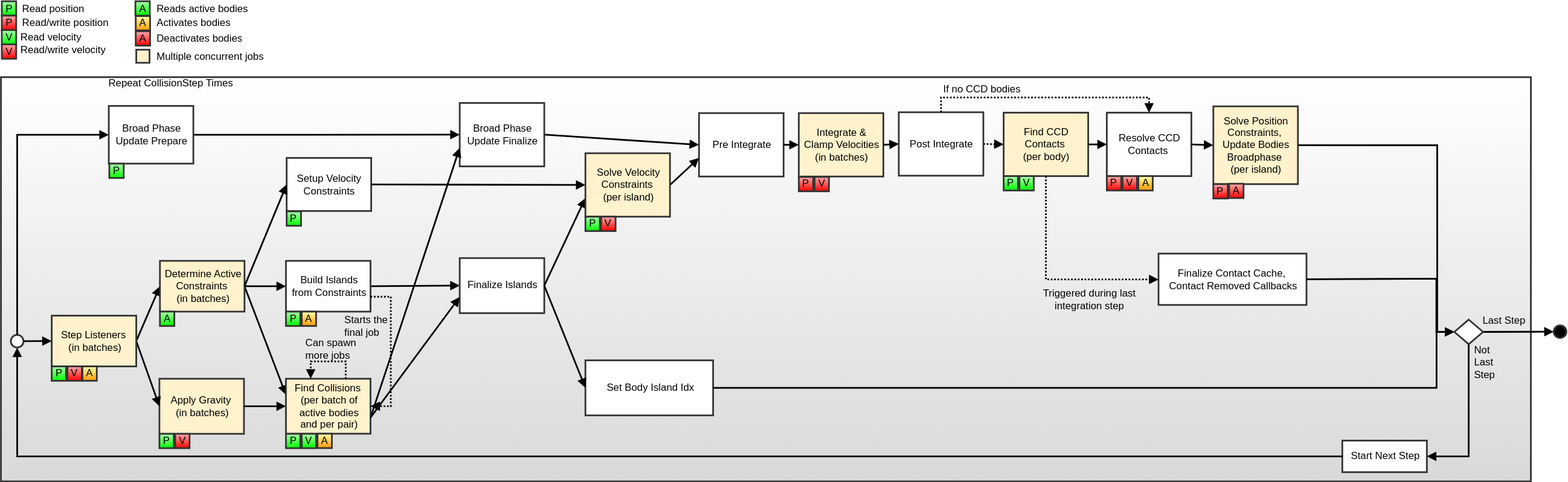
jrouwe/JoltPhysics keeps this draw.io diagram as Docs/PhysicsSystemUpdate.svg. Above is the earlier version. Source tidied: cells renumbered, new cells last; positions are measured from the earlier drawing's top-left corner, leaving out a move shared by most shapes.
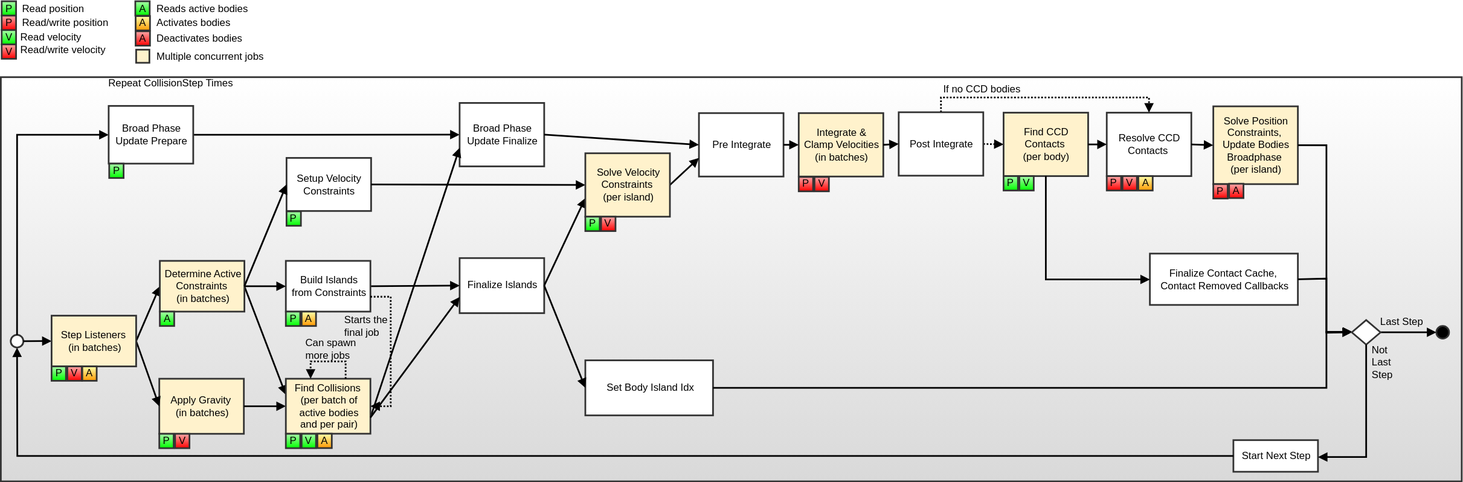
After the change.

Commit message:
Fixed error in architecture diagram

The edit, as a diff of the source:
```diff
@@ -3,7 +3,7 @@
     <mxCell id="0" />
     <mxCell id="1" parent="0" />
     <mxCell id="2" style="shape=rect;shadow=0;strokeWidth=2;fillColor=#d9d9d9;strokeColor=#333333;gradientColor=#FFFFFF;gradientDirection=north;opacity=100.0;gliffyId=319;" parent="1" vertex="1">
-      <mxGeometry x="0.5" y="89.8" width="1809.2" height="478" as="geometry" />
+      <mxGeometry x="0.5" y="89.8" width="1727.5" height="478" as="geometry" />
     </mxCell>
     <mxCell id="3" value="&lt;div style='width: 93.0px;height:auto;word-break: break-word;'&gt;&lt;div align=&quot;center&quot;&gt;&lt;span style=&quot;font-size: 12px; font-family: Arial; white-space: pre-wrap; text-decoration: none; line-height: 14px; color: rgb(0, 0, 0);&quot;&gt;Apply Gravity &lt;/span&gt;&lt;/div&gt;&lt;div align=&quot;center&quot;&gt;&lt;span style=&quot;font-size: 12px; font-family: Arial; white-space: pre-wrap; text-decoration: none; line-height: 14px; color: rgb(0, 0, 0);&quot;&gt;(in batches)&lt;/span&gt;&lt;/div&gt;&lt;/div&gt;" style="shape=rect;shadow=0;strokeWidth=2;fillColor=#fff2cc;strokeColor=#333333;opacity=100.0;html=1;nl2Br=0;verticalAlign=middle;align=center;spacingLeft=2.0;spacingRight=0;whiteSpace=wrap;gliffyId=3;" parent="1" vertex="1">
       <mxGeometry x="187.9" y="446.4" width="100" height="65.1" as="geometry" />
@@ -57,7 +57,7 @@
       <mxGeometry x="1434.2" y="124.2" width="100" height="92" as="geometry" />
     </mxCell>
     <mxCell id="13" style="shape=ellipse;perimeter=ellipsePerimeter;shadow=0;strokeWidth=2;fillColor=#000000;strokeColor=#333333;opacity=100.0;gliffyId=100;" parent="1" vertex="1">
-      <mxGeometry x="1836.7" y="383.2" width="15" height="15" as="geometry" />
+      <mxGeometry x="1698" y="384" width="15" height="15" as="geometry" />
     </mxCell>
     <mxCell id="14" style="shape=filledEdge;strokeWidth=2;strokeColor=#000000;fillColor=none;startArrow=none;startFill=0;startSize=6;endArrow=block;endFill=1;endSize=6;rounded=0;gliffyId=114;exitX=1.0;exitY=0.5;exitPerimeter=0;entryX=1.1102230246251565E-16;entryY=0.2928932309150696;entryPerimeter=0;" parent="1" edge="1" source="69" target="63">
       <mxGeometry relative="1" as="geometry">
@@ -121,18 +121,16 @@
     <mxCell id="22" style="shape=filledEdge;strokeWidth=2;strokeColor=#000000;fillColor=none;startArrow=none;startFill=0;startSize=6;endArrow=block;endFill=1;endSize=6;rounded=0;gliffyId=155;edgeStyle=orthogonalEdgeStyle;" parent="1" edge="1" source="20" target="92">
       <mxGeometry relative="1" as="geometry">
         <Array as="points">
-          <mxPoint x="842.7" y="457.2" />
-          <mxPoint x="1698.2" y="457.2" />
-          <mxPoint x="1698.2" y="391" />
-          <mxPoint x="1719.2" y="391" />
+          <mxPoint x="1568" y="457" />
+          <mxPoint x="1568" y="391" />
         </Array>
       </mxGeometry>
     </mxCell>
     <mxCell id="23" style="shape=filledEdge;strokeWidth=2;strokeColor=#000000;fillColor=none;startArrow=none;startFill=0;startSize=6;endArrow=block;endFill=1;endSize=6;rounded=0;gliffyId=171;edgeStyle=orthogonalEdgeStyle;exitX=1;exitY=0.5;exitDx=0;exitDy=0;" parent="1" edge="1" source="12" target="92">
       <mxGeometry relative="1" as="geometry">
         <Array as="points">
-          <mxPoint x="1699" y="170" />
-          <mxPoint x="1699" y="391" />
+          <mxPoint x="1568" y="170" />
+          <mxPoint x="1568" y="391" />
         </Array>
       </mxGeometry>
     </mxCell>
@@ -227,13 +225,12 @@
       </mxGeometry>
     </mxCell>
     <mxCell id="49" value="&lt;div style='width: 93.0px;height:auto;word-break: break-word;'&gt;&lt;div align=&quot;center&quot;&gt;&lt;span style=&quot;font-size: 12px; font-family: Arial; white-space: pre-wrap; text-decoration: none; line-height: 14px; color: rgb(0, 0, 0);&quot;&gt;Start Next Step&lt;/span&gt;&lt;/div&gt;&lt;/div&gt;" style="shape=rect;shadow=0;strokeWidth=2;fillColor=#ffffff;strokeColor=#333333;opacity=100.0;html=1;nl2Br=0;verticalAlign=middle;align=center;spacingLeft=2.0;spacingRight=0;whiteSpace=wrap;gliffyId=311;" parent="1" vertex="1">
-      <mxGeometry x="1586.7" y="519.5" width="100" height="37.4" as="geometry" />
+      <mxGeometry x="1458" y="519" width="100" height="37.4" as="geometry" />
     </mxCell>
     <mxCell id="50" style="shape=filledEdge;strokeWidth=2;strokeColor=#000000;fillColor=none;startArrow=none;startFill=0;startSize=6;endArrow=block;endFill=1;endSize=6;rounded=0;gliffyId=313;exitX=1.0;exitY=0.5;exitPerimeter=0;entryX=0.0;entryY=0.5;entryPerimeter=0;" parent="1" edge="1" source="92" target="13">
       <mxGeometry relative="1" as="geometry">
         <Array as="points">
-          <mxPoint x="1753.2" y="391" />
-          <mxPoint x="1836.7" y="390.8" />
+          <mxPoint x="1632" y="391.5" />
         </Array>
       </mxGeometry>
     </mxCell>
@@ -243,9 +240,7 @@
     <mxCell id="52" style="shape=filledEdge;strokeWidth=2;strokeColor=#000000;fillColor=none;startArrow=none;startFill=0;startSize=6;endArrow=block;endFill=1;endSize=6;rounded=0;gliffyId=327;edgeStyle=orthogonalEdgeStyle;" parent="1" edge="1" source="49" target="4">
       <mxGeometry relative="1" as="geometry">
         <Array as="points">
-          <mxPoint x="1586.7" y="538.2" />
-          <mxPoint x="19.7" y="538.2" />
-          <mxPoint x="19.7" y="409.5" />
+          <mxPoint x="20" y="538" />
         </Array>
       </mxGeometry>
     </mxCell>
@@ -393,9 +388,9 @@
       <mxGeometry x="1186.2" y="206.8" width="17" height="17" as="geometry" />
     </mxCell>
     <mxCell id="87" value="&lt;div style='width: 165.0px;height:auto;word-break: break-word;'&gt;&lt;div align=&quot;center&quot;&gt;&lt;span style=&quot;font-size: 12px; font-family: Arial; white-space: pre-wrap; text-decoration: none; line-height: 14px; color: rgb(0, 0, 0);&quot;&gt;Finalize Contact Cache, &lt;/span&gt;&lt;/div&gt;&lt;div align=&quot;center&quot;&gt;&lt;span style=&quot;font-size: 12px; font-family: Arial; white-space: pre-wrap; text-decoration: none; line-height: 14px; color: rgb(0, 0, 0);&quot;&gt;Contact Removed Callbacks&lt;/span&gt;&lt;/div&gt;&lt;/div&gt;" style="shape=rect;shadow=0;strokeWidth=2;fillColor=#ffffff;strokeColor=#333333;opacity=100.0;html=1;nl2Br=0;verticalAlign=middle;align=center;spacingLeft=3.5;spacingRight=0;whiteSpace=wrap;gliffyId=538;" parent="1" vertex="1">
-      <mxGeometry x="1369.4" y="298.4" width="175" height="60.7" as="geometry" />
+      <mxGeometry x="1359.2" y="298.4" width="175" height="60.7" as="geometry" />
     </mxCell>
-    <mxCell id="88" style="shape=filledEdge;strokeWidth=2;strokeColor=#000000;fillColor=none;startArrow=none;startFill=0;startSize=6;endArrow=block;endFill=1;endSize=6;rounded=0;dashed=1;fixDash=1;dashPattern=2.0 2.0;gliffyId=540;edgeStyle=orthogonalEdgeStyle;" parent="1" edge="1" source="78" target="87">
+    <mxCell id="88" style="shape=filledEdge;strokeWidth=2;strokeColor=#000000;fillColor=none;startArrow=none;startFill=0;startSize=6;endArrow=block;endFill=1;endSize=6;rounded=0;fixDash=1;gliffyId=540;edgeStyle=orthogonalEdgeStyle;" parent="1" edge="1" source="78" target="87">
       <mxGeometry relative="1" as="geometry">
         <Array as="points">
           <mxPoint x="1236" y="329" />
@@ -405,34 +400,29 @@
     <mxCell id="89" style="shape=filledEdge;strokeWidth=2;strokeColor=#000000;fillColor=none;startArrow=none;startFill=0;startSize=6;endArrow=block;endFill=1;endSize=6;rounded=0;gliffyId=542;exitX=1.0;exitY=0.5;exitPerimeter=0;entryX=0.0;entryY=0.5;entryPerimeter=0;" parent="1" edge="1" source="87" target="92">
       <mxGeometry relative="1" as="geometry">
         <Array as="points">
-          <mxPoint x="1698" y="328" />
-          <mxPoint x="1698" y="391" />
+          <mxPoint x="1568" y="328" />
+          <mxPoint x="1568" y="392" />
         </Array>
       </mxGeometry>
     </mxCell>
     <mxCell id="90" value="&lt;div style='width: 13.32px;height:auto;word-break: break-word;'&gt;&lt;div align=&quot;center&quot;&gt;&lt;span style=&quot;font-size: 12px; font-family: Arial; white-space: pre-wrap; text-decoration: none; line-height: 14px; color: rgb(0, 0, 0);&quot;&gt;V&lt;/span&gt;&lt;/div&gt;&lt;/div&gt;" style="shape=rect;shadow=0;strokeWidth=2;fillColor=#00ff00;strokeColor=#333333;gradientColor=#AAFFAA;gradientDirection=north;opacity=100.0;html=1;nl2Br=0;verticalAlign=middle;align=center;spacingLeft=0.34;spacingRight=0;whiteSpace=wrap;gliffyId=543;" parent="1" vertex="1">
       <mxGeometry x="1204.9" y="206.8" width="17" height="17" as="geometry" />
     </mxCell>
-    <mxCell id="91" value="&lt;div style=&quot;width: 147.0px;height:auto;word-break: break-word;&quot;&gt;&lt;div align=&quot;center&quot;&gt;&lt;span style=&quot;font-size: 12px; font-family: Arial; white-space: pre-wrap; text-decoration: none; line-height: 14px; color: rgb(0, 0, 0);&quot;&gt;Triggered during last integration step&lt;/span&gt;&lt;/div&gt;&lt;/div&gt;" style="text;html=1;nl2Br=0;html=1;nl2Br=0;verticalAlign=middle;align=center;spacingLeft=0.0;spacingRight=0;whiteSpace=wrap;gliffyId=549;" parent="1" vertex="1">
-      <mxGeometry x="1212.6" y="339" width="150" height="28" as="geometry" />
-    </mxCell>
     <mxCell id="92" style="shape=rhombus;perimeter=rhombusPerimeter;shadow=0;strokeWidth=2;fillColor=#FFFFFF;strokeColor=#333333;opacity=100.0;gliffyId=566;" parent="1" vertex="1">
-      <mxGeometry x="1719.2" y="376.5" width="34" height="29" as="geometry" />
+      <mxGeometry x="1598" y="377" width="34" height="29" as="geometry" />
     </mxCell>
     <mxCell id="93" style="shape=filledEdge;strokeWidth=2;strokeColor=#000000;fillColor=none;startArrow=none;startFill=0;startSize=6;endArrow=block;endFill=1;endSize=6;rounded=0;gliffyId=568;edgeStyle=orthogonalEdgeStyle;" parent="1" edge="1" source="92" target="49">
       <mxGeometry relative="1" as="geometry">
         <Array as="points">
-          <mxPoint x="1736.2" y="405.5" />
-          <mxPoint x="1736.2" y="538.2" />
-          <mxPoint x="1686.7" y="538.2" />
+          <mxPoint x="1615" y="539" />
         </Array>
       </mxGeometry>
     </mxCell>
     <mxCell id="94" value="&lt;div style='width: 64.0px;height:auto;word-break: break-word;'&gt;&lt;div align=&quot;left&quot;&gt;&lt;span style=&quot;font-size: 12px; font-family: Arial; white-space: pre-wrap; text-decoration: none; line-height: 14px; color: rgb(0, 0, 0);&quot;&gt;Not &lt;/span&gt;&lt;/div&gt;&lt;div align=&quot;left&quot;&gt;&lt;span style=&quot;font-size: 12px; font-family: Arial; white-space: pre-wrap; text-decoration: none; line-height: 14px; color: rgb(0, 0, 0);&quot;&gt;Last  &lt;/span&gt;&lt;/div&gt;&lt;div align=&quot;left&quot;&gt;&lt;span style=&quot;font-size: 12px; font-family: Arial; white-space: pre-wrap; text-decoration: none; line-height: 14px; color: rgb(0, 0, 0);&quot;&gt;Step&lt;/span&gt;&lt;/div&gt;&lt;/div&gt;" style="text;html=1;nl2Br=0;html=1;nl2Br=0;verticalAlign=middle;align=left;spacingLeft=0.0;spacingRight=0;whiteSpace=wrap;gliffyId=570;" parent="1" vertex="1">
-      <mxGeometry x="1740.7" y="405.5" width="67" height="42" as="geometry" />
+      <mxGeometry x="1619.5" y="406" width="67" height="42" as="geometry" />
     </mxCell>
     <mxCell id="95" value="&lt;div style='width: 68.5px;height:auto;word-break: break-word;'&gt;&lt;div align=&quot;left&quot;&gt;&lt;span style=&quot;font-size: 12px; font-family: Arial; white-space: pre-wrap; text-decoration: none; line-height: 14px; color: rgb(0, 0, 0);&quot;&gt;Last Step&lt;/span&gt;&lt;/div&gt;&lt;/div&gt;" style="text;html=1;nl2Br=0;html=1;nl2Br=0;verticalAlign=middle;align=left;spacingLeft=0.0;spacingRight=0;whiteSpace=wrap;gliffyId=571;" parent="1" vertex="1">
-      <mxGeometry x="1751.2" y="371.3" width="71.5" height="14" as="geometry" />
+      <mxGeometry x="1630" y="371.8" width="71.5" height="14" as="geometry" />
     </mxCell>
     <mxCell id="96" style="shape=filledEdge;strokeWidth=2;strokeColor=#000000;fillColor=none;startArrow=none;startFill=0;startSize=6;endArrow=block;endFill=1;endSize=6;rounded=0;gliffyId=581;exitX=1.0;exitY=0.5;exitPerimeter=0;entryX=0.0;entryY=0.5;entryPerimeter=0;" parent="1" edge="1" source="4" target="98">
       <mxGeometry relative="1" as="geometry">
```
